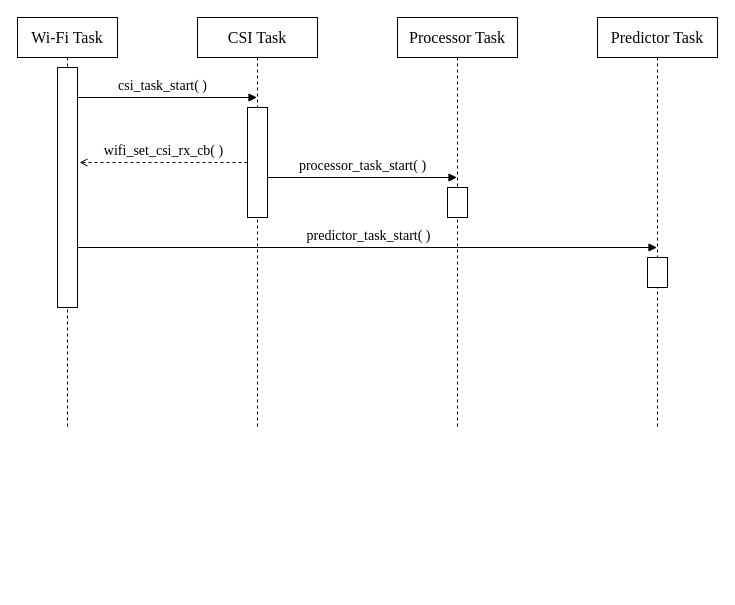
The draw.io diagram ESP32_Program/ESP_HAR/docs/images/sequence.drawio in AlbanyArmenta0711/CSI_HAR_with_ESP32, before the edit. Source tidied: cells renumbered, new cells numbered last; positions are measured from the earlier drawing's top-left corner, leaving out a move shared by most shapes. Both pictures are drawn from the tidied source at 100%, with x=0, y=0 at pixel (17, 17).
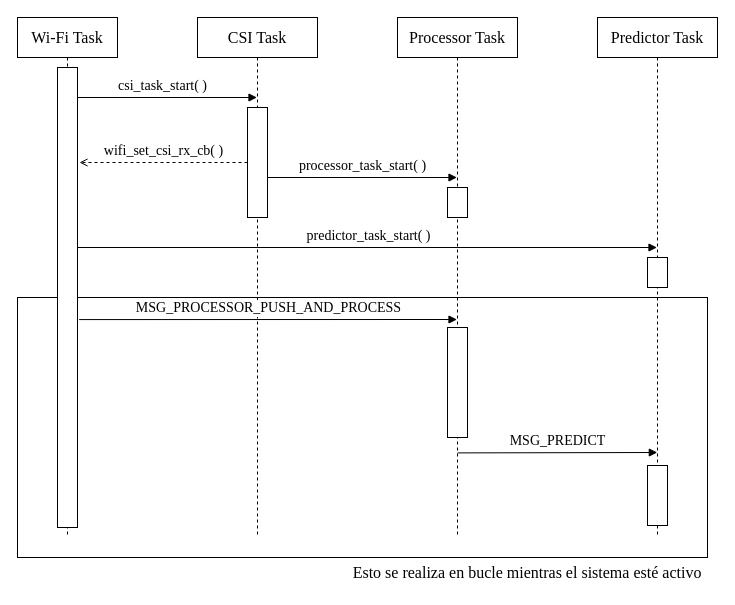
After the change.

The edit, as a diff of the source:
```diff
@@
+    <mxCell id="14" style="rounded=0;whiteSpace=wrap;html=1;" parent="1" vertex="1">
+      <mxGeometry y="280" width="690" height="260" as="geometry" />
+    </mxCell>
     <mxCell id="2" value="Wi-Fi Task" style="shape=umlLifeline;perimeter=lifelinePerimeter;whiteSpace=wrap;html=1;fontFamily=Times New Roman;fontSize=16;" parent="1" vertex="1">
-      <mxGeometry width="100" height="410" as="geometry" />
+      <mxGeometry width="100" height="520" as="geometry" />
     </mxCell>
     <mxCell id="3" value="CSI Task" style="shape=umlLifeline;perimeter=lifelinePerimeter;whiteSpace=wrap;html=1;outlineConnect=0;fontFamily=Times New Roman;fontSize=16;" parent="1" vertex="1">
-      <mxGeometry x="180" width="120" height="410" as="geometry" />
+      <mxGeometry x="180" width="120" height="520" as="geometry" />
     </mxCell>
@@
     <mxCell id="5" value="Processor Task" style="shape=umlLifeline;perimeter=lifelinePerimeter;whiteSpace=wrap;html=1;outlineConnect=0;fontFamily=Times New Roman;fontSize=16;" parent="1" vertex="1">
-      <mxGeometry x="380" width="120" height="410" as="geometry" />
+      <mxGeometry x="380" width="120" height="520" as="geometry" />
     </mxCell>
     <mxCell id="6" value="Predictor Task" style="shape=umlLifeline;perimeter=lifelinePerimeter;whiteSpace=wrap;html=1;outlineConnect=0;fontFamily=Times New Roman;fontSize=16;" parent="1" vertex="1">
-      <mxGeometry x="580" width="120" height="410" as="geometry" />
+      <mxGeometry x="580" width="120" height="520" as="geometry" />
     </mxCell>
+    <mxCell id="15" style="rounded=0;whiteSpace=wrap;html=1;fontFamily=Times New Roman;fontSize=14;" parent="6" vertex="1">
+      <mxGeometry x="50" y="448" width="20" height="60" as="geometry" />
+    </mxCell>
@@
     <mxCell id="10" style="rounded=0;whiteSpace=wrap;html=1;fontFamily=Times New Roman;fontSize=14;" parent="1" vertex="1">
-      <mxGeometry x="40" y="50" width="20" height="240" as="geometry" />
+      <mxGeometry x="40" y="50" width="20" height="460" as="geometry" />
     </mxCell>
@@
+    <mxCell id="16" value="Esto se realiza en bucle mientras el sistema esté activo" style="text;html=1;strokeColor=none;fillColor=none;align=center;verticalAlign=middle;whiteSpace=wrap;rounded=0;fontFamily=Times New Roman;fontSize=16;" parent="1" vertex="1">
+      <mxGeometry x="330" y="540" width="360" height="30" as="geometry" />
+    </mxCell>
+    <mxCell id="17" value="MSG_PROCESSOR_PUSH_AND_PROCESS" style="html=1;verticalAlign=bottom;endArrow=block;edgeStyle=elbowEdgeStyle;elbow=vertical;curved=0;rounded=0;exitX=1.083;exitY=0.548;exitDx=0;exitDy=0;exitPerimeter=0;fontFamily=Times New Roman;fontSize=14;" parent="1" edge="1" source="10" target="5">
+      <mxGeometry relative="1" as="geometry" />
+    </mxCell>
+    <mxCell id="18" style="rounded=0;whiteSpace=wrap;html=1;fontFamily=Times New Roman;fontSize=14;" parent="1" vertex="1">
+      <mxGeometry x="430" y="310" width="20" height="110" as="geometry" />
+    </mxCell>
+    <mxCell id="19" value="MSG_PREDICT" style="html=1;verticalAlign=bottom;endArrow=block;edgeStyle=elbowEdgeStyle;elbow=vertical;curved=0;rounded=0;fontFamily=Times New Roman;fontSize=14;entryX=0.498;entryY=0.935;entryDx=0;entryDy=0;entryPerimeter=0;" parent="1" edge="1">
+      <mxGeometry relative="1" as="geometry">
+        <mxPoint x="440.1" y="435.4" as="sourcePoint" />
+        <mxPoint x="639.8" y="435.2" as="targetPoint" />
+      </mxGeometry>
+    </mxCell>
```
